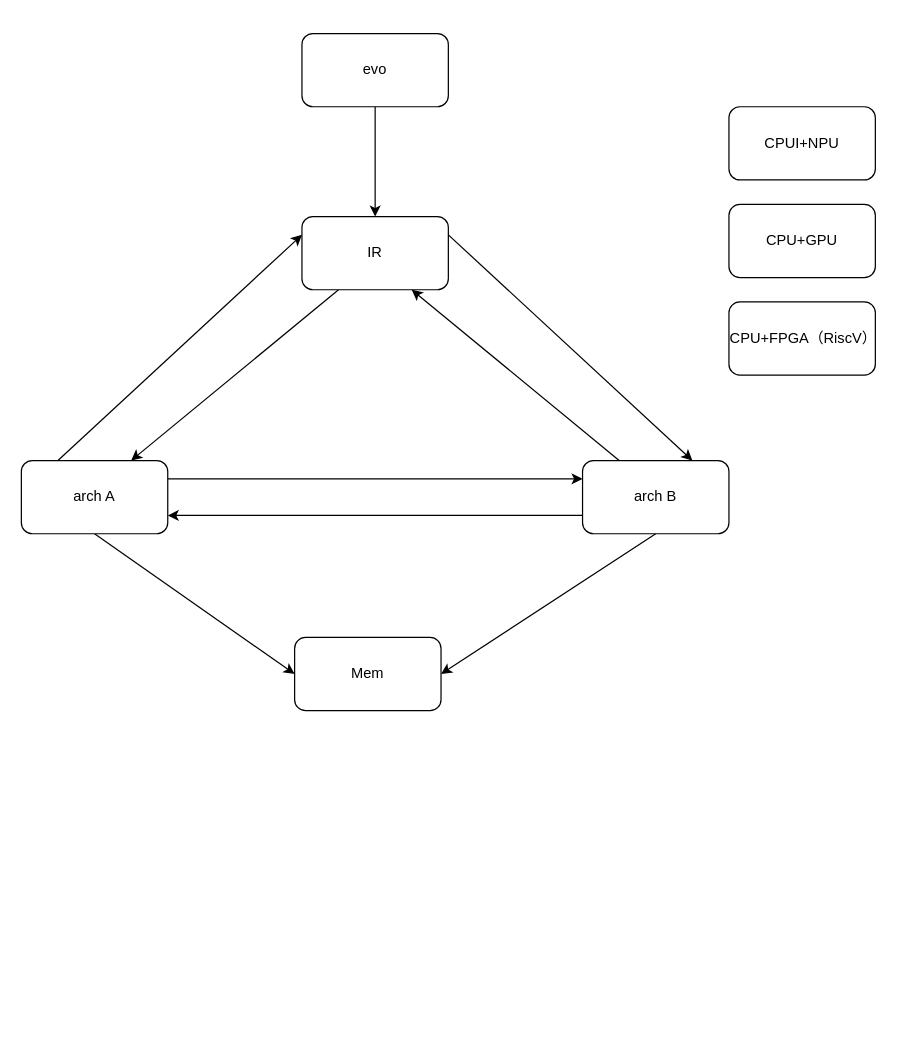
Above: doc/ir.drawio in lancerstadium/evo (draw.io), before the change. Source tidied: cells renumbered, new cells numbered last; positions are measured from the earlier drawing's top-left corner, leaving out a move shared by most shapes. Both pictures are drawn from the tidied source at 122%, with x=0, y=0 at pixel (21, 33).
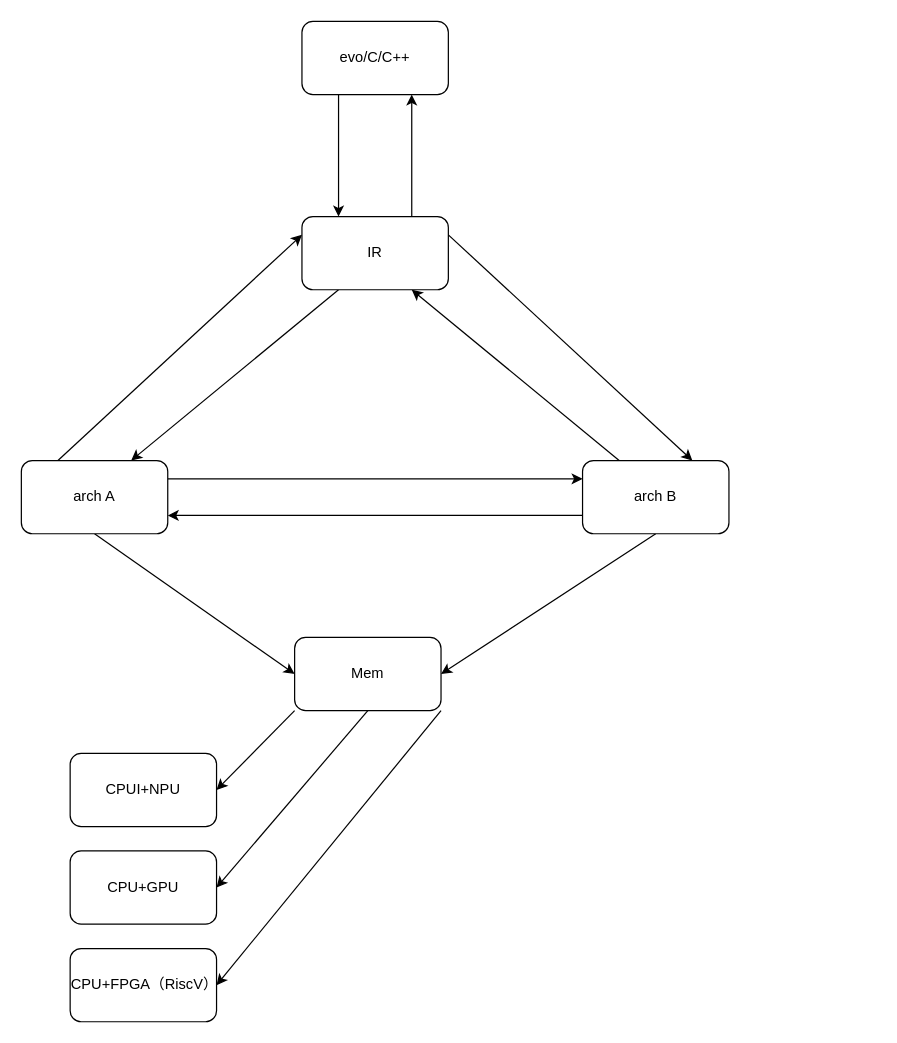
After the change.

Commit message (it also covers changes not shown here):
util::ir::op: Opcode design4

The change refers to these unchanged cells:
```xml
<mxCell id="4" value="IR" style="rounded=1;whiteSpace=wrap;html=1;" parent="1" vertex="1">
  <mxGeometry x="230" y="150" width="120" height="60" as="geometry" />
</mxCell>
<mxCell id="15" value="Mem" style="rounded=1;whiteSpace=wrap;html=1;" parent="1" vertex="1">
  <mxGeometry x="224" y="495" width="120" height="60" as="geometry" />
</mxCell>
```

Change to the diagram source:
```diff
@@
+    <mxCell id="19" style="edgeStyle=none;html=1;exitX=0.75;exitY=0;exitDx=0;exitDy=0;entryX=0.75;entryY=1;entryDx=0;entryDy=0;" parent="1" edge="1" source="4" target="14">
+      <mxGeometry relative="1" as="geometry" />
+    </mxCell>
@@
-    <mxCell id="13" style="edgeStyle=none;html=1;exitX=0.5;exitY=1;exitDx=0;exitDy=0;entryX=0.5;entryY=0;entryDx=0;entryDy=0;" parent="1" edge="1" source="14" target="4">
+    <mxCell id="13" style="edgeStyle=none;html=1;exitX=0.25;exitY=1;exitDx=0;exitDy=0;entryX=0.25;entryY=0;entryDx=0;entryDy=0;" parent="1" edge="1" source="14" target="4">
       <mxGeometry relative="1" as="geometry" />
     </mxCell>
-    <mxCell id="14" value="evo" style="rounded=1;whiteSpace=wrap;html=1;" parent="1" vertex="1">
-      <mxGeometry x="230" width="120" height="60" as="geometry" />
+    <mxCell id="14" value="evo/C/C++" style="rounded=1;whiteSpace=wrap;html=1;" parent="1" vertex="1">
+      <mxGeometry x="230" y="-10" width="120" height="60" as="geometry" />
     </mxCell>
+    <mxCell id="20" style="edgeStyle=none;html=1;exitX=0;exitY=1;exitDx=0;exitDy=0;entryX=1;entryY=0.5;entryDx=0;entryDy=0;" parent="1" edge="1" source="15" target="16">
+      <mxGeometry relative="1" as="geometry" />
+    </mxCell>
+    <mxCell id="21" style="edgeStyle=none;html=1;exitX=0.5;exitY=1;exitDx=0;exitDy=0;entryX=1;entryY=0.5;entryDx=0;entryDy=0;" parent="1" edge="1" source="15" target="17">
+      <mxGeometry relative="1" as="geometry" />
+    </mxCell>
+    <mxCell id="22" style="edgeStyle=none;html=1;exitX=1;exitY=1;exitDx=0;exitDy=0;entryX=1;entryY=0.5;entryDx=0;entryDy=0;" parent="1" edge="1" source="15" target="18">
+      <mxGeometry relative="1" as="geometry" />
+    </mxCell>
@@
     <mxCell id="16" value="CPUI+NPU" style="rounded=1;whiteSpace=wrap;html=1;" parent="1" vertex="1">
-      <mxGeometry x="580" y="60" width="120" height="60" as="geometry" />
+      <mxGeometry x="40" y="590" width="120" height="60" as="geometry" />
     </mxCell>
     <mxCell id="17" value="CPU+GPU" style="rounded=1;whiteSpace=wrap;html=1;" parent="1" vertex="1">
-      <mxGeometry x="580" y="140" width="120" height="60" as="geometry" />
+      <mxGeometry x="40" y="670" width="120" height="60" as="geometry" />
     </mxCell>
     <mxCell id="18" value="CPU+FPGA（RiscV）" style="rounded=1;whiteSpace=wrap;html=1;" parent="1" vertex="1">
-      <mxGeometry x="580" y="220" width="120" height="60" as="geometry" />
+      <mxGeometry x="40" y="750" width="120" height="60" as="geometry" />
     </mxCell>
```
